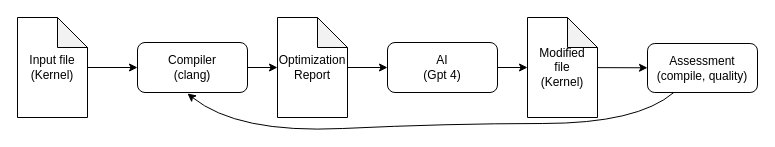
Earlier version of the draw.io diagram figures/optai.drawio (LLNL/CompilerGPT). Source tidied: cells renumbered, new cells numbered last; positions are measured from the earlier drawing's top-left corner, leaving out a move shared by most shapes. Both pictures are drawn from the tidied source at 100%, with x=0, y=0 at pixel (17, 17).
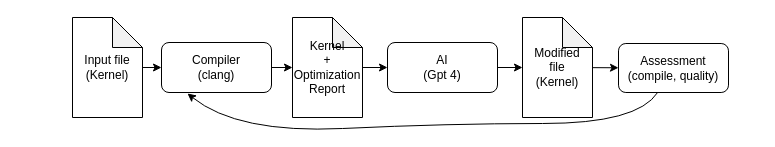
The same diagram, later.

Diff of the diagram source:
```diff
@@
 <mxGraphModel>
   <root>
     <mxCell id="0" />
     <mxCell id="1" parent="0" />
     <mxCell id="2" value="&lt;div&gt;Input file&lt;/div&gt;&lt;div&gt;(Kernel)&lt;br&gt;&lt;/div&gt;" style="shape=note;whiteSpace=wrap;html=1;backgroundOutline=1;darkOpacity=0.05;" parent="1" vertex="1">
-      <mxGeometry width="70" height="100" as="geometry" />
+      <mxGeometry x="55" width="70" height="100" as="geometry" />
     </mxCell>
     <mxCell id="3" value="&lt;div&gt;Compiler&lt;/div&gt;&lt;div&gt;(clang)&lt;br&gt;&lt;/div&gt;" style="rounded=1;whiteSpace=wrap;html=1;" parent="1" vertex="1">
-      <mxGeometry x="120" y="25" width="110" height="50" as="geometry" />
+      <mxGeometry x="144" y="25" width="110" height="50" as="geometry" />
     </mxCell>
-    <mxCell id="4" value="&lt;div&gt;Optimization&lt;/div&gt;&lt;div&gt;Report&lt;br&gt;&lt;/div&gt;" style="shape=note;whiteSpace=wrap;html=1;backgroundOutline=1;darkOpacity=0.05;" parent="1" vertex="1">
-      <mxGeometry x="260" width="70" height="100" as="geometry" />
+    <mxCell id="4" value="&lt;div&gt;Kernel&lt;/div&gt;&lt;div&gt;+&lt;br&gt;&lt;/div&gt;&lt;div&gt;Optimization&lt;/div&gt;&lt;div&gt;Report&lt;br&gt;&lt;/div&gt;" style="shape=note;whiteSpace=wrap;html=1;backgroundOutline=1;darkOpacity=0.05;" parent="1" vertex="1">
+      <mxGeometry x="275" width="70" height="100" as="geometry" />
     </mxCell>
     <mxCell id="5" value="&lt;div&gt;AI&lt;/div&gt;&lt;div&gt;(Gpt 4)&lt;br&gt;&lt;/div&gt;" style="rounded=1;whiteSpace=wrap;html=1;" parent="1" vertex="1">
       <mxGeometry x="370" y="25" width="110" height="50" as="geometry" />
     </mxCell>
     <mxCell id="6" value="&lt;div&gt;Modified&lt;/div&gt;&lt;div&gt;file&lt;/div&gt;&lt;div&gt;(Kernel)&lt;br&gt;&lt;/div&gt;" style="shape=note;whiteSpace=wrap;html=1;backgroundOutline=1;darkOpacity=0.05;" parent="1" vertex="1">
-      <mxGeometry x="510" width="70" height="100" as="geometry" />
+      <mxGeometry x="505" width="70" height="100" as="geometry" />
     </mxCell>
     <mxCell id="7" value="Assessment&lt;div&gt;(compile, quality)&lt;br&gt;&lt;/div&gt;" style="rounded=1;whiteSpace=wrap;html=1;" parent="1" vertex="1">
-      <mxGeometry x="630" y="26" width="110" height="49" as="geometry" />
+      <mxGeometry x="601" y="26" width="110" height="49" as="geometry" />
     </mxCell>
     <mxCell id="8" style="endArrow=classic;html=1;rounded=0;" parent="1" edge="1" source="2" target="3">
       <mxGeometry relative="1" as="geometry" />
     </mxCell>
     <mxCell id="9" style="endArrow=classic;html=1;rounded=0;" parent="1" edge="1" source="3" target="4">
       <mxGeometry relative="1" as="geometry" />
     </mxCell>
     <mxCell id="10" style="endArrow=classic;html=1;rounded=0;" parent="1" edge="1" source="4" target="5">
       <mxGeometry relative="1" as="geometry" />
     </mxCell>
     <mxCell id="11" style="endArrow=classic;html=1;rounded=0;" parent="1" edge="1" source="5" target="6">
       <mxGeometry relative="1" as="geometry" />
     </mxCell>
     <mxCell id="12" style="endArrow=classic;html=1;rounded=0;" parent="1" edge="1" source="6" target="7">
       <mxGeometry relative="1" as="geometry" />
     </mxCell>
     <mxCell id="13" style="curved=1;endArrow=classic;html=1;rounded=0;" parent="1" edge="1" source="7">
       <mxGeometry relative="1" as="geometry">
         <mxPoint x="170" y="76" as="targetPoint" />
         <Array as="points">
           <mxPoint x="620" y="106" />
           <mxPoint x="430" y="106" />
           <mxPoint x="220" y="116" />
         </Array>
       </mxGeometry>
     </mxCell>
   </root>
 </mxGraphModel>
```
